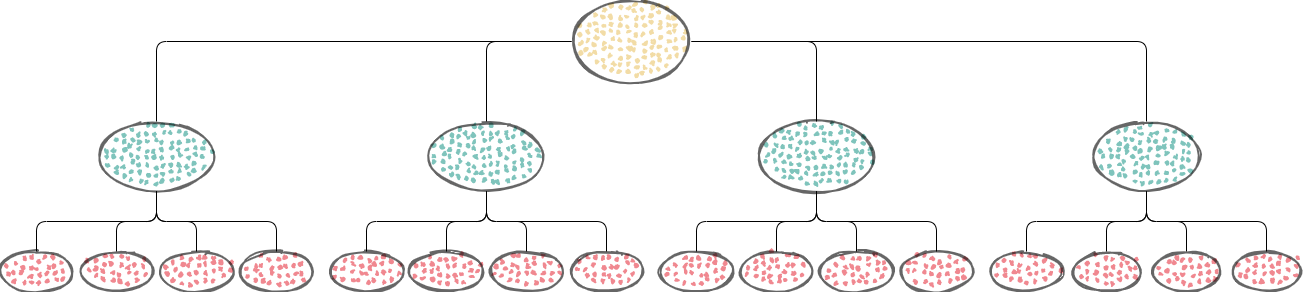
This is img/mysql/mysql-quadtree-demo.png from boilingfrog/Go-POINT, a draw.io export, as it was before one commit. Source tidied: cells renumbered, new cells last; positions are measured from the earlier drawing's top-left corner, leaving out a move shared by most shapes.
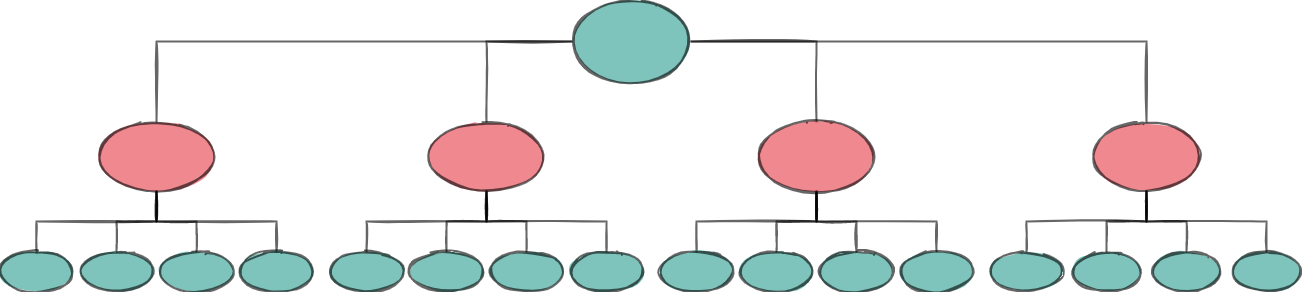
Above is the later version.

Commit message:
feat:MySQL 中的索引

What changed in the source:
```diff
@@ -2,22 +2,22 @@
   <root>
     <mxCell id="0" />
     <mxCell id="1" parent="0" />
-    <mxCell id="2" style="edgeStyle=orthogonalEdgeStyle;html=1;entryX=0.5;entryY=0;entryDx=0;entryDy=0;endArrow=none;endFill=0;" parent="1" edge="1" source="6" target="38">
+    <mxCell id="2" style="edgeStyle=orthogonalEdgeStyle;html=1;entryX=0.5;entryY=0;entryDx=0;entryDy=0;endArrow=none;endFill=0;fontSize=12;fillColor=#2A9D8F;rounded=0;fillStyle=solid;strokeWidth=2;opacity=60;fillWeight=2;hachureGap=8;hachureAngle=45;sketch=1;" parent="1" edge="1" source="6" target="38">
       <mxGeometry relative="1" as="geometry" />
     </mxCell>
-    <mxCell id="3" style="edgeStyle=orthogonalEdgeStyle;html=1;entryX=0.5;entryY=0;entryDx=0;entryDy=0;endArrow=none;endFill=0;" parent="1" edge="1" source="6" target="29">
+    <mxCell id="3" style="edgeStyle=orthogonalEdgeStyle;html=1;entryX=0.5;entryY=0;entryDx=0;entryDy=0;endArrow=none;endFill=0;fontSize=12;fillColor=#2A9D8F;rounded=0;fillStyle=solid;strokeWidth=2;opacity=60;fillWeight=2;hachureGap=8;hachureAngle=45;sketch=1;" parent="1" edge="1" source="6" target="29">
       <mxGeometry relative="1" as="geometry" />
     </mxCell>
-    <mxCell id="4" style="edgeStyle=orthogonalEdgeStyle;html=1;entryX=0.5;entryY=0;entryDx=0;entryDy=0;endArrow=none;endFill=0;" parent="1" edge="1" source="6" target="11">
+    <mxCell id="4" style="edgeStyle=orthogonalEdgeStyle;html=1;entryX=0.5;entryY=0;entryDx=0;entryDy=0;endArrow=none;endFill=0;fontSize=12;fillColor=#2A9D8F;rounded=0;fillStyle=solid;strokeWidth=2;opacity=60;fillWeight=2;hachureGap=8;hachureAngle=45;sketch=1;" parent="1" edge="1" source="6" target="11">
       <mxGeometry relative="1" as="geometry" />
     </mxCell>
-    <mxCell id="5" style="edgeStyle=orthogonalEdgeStyle;html=1;entryX=0.5;entryY=0;entryDx=0;entryDy=0;endArrow=none;endFill=0;" parent="1" edge="1" source="6" target="20">
+    <mxCell id="5" style="edgeStyle=orthogonalEdgeStyle;html=1;entryX=0.5;entryY=0;entryDx=0;entryDy=0;endArrow=none;endFill=0;fontSize=12;fillColor=#2A9D8F;rounded=0;fillStyle=solid;strokeWidth=2;opacity=60;fillWeight=2;hachureGap=8;hachureAngle=45;sketch=1;" parent="1" edge="1" source="6" target="20">
       <mxGeometry relative="1" as="geometry" />
     </mxCell>
-    <mxCell id="6" style="ellipse;whiteSpace=wrap;html=1;fontSize=16;fillColor=#E9C46A;rounded=1;fillStyle=dots;strokeWidth=2;opacity=60;fillWeight=2;hachureGap=8;hachureAngle=45;sketch=1;" parent="1" vertex="1">
+    <mxCell id="6" style="ellipse;whiteSpace=wrap;html=1;fontSize=12;fillColor=#2A9D8F;rounded=0;fillStyle=solid;strokeWidth=2;opacity=60;fillWeight=2;hachureGap=8;hachureAngle=45;sketch=1;" parent="1" vertex="1">
       <mxGeometry x="570" width="120" height="80" as="geometry" />
     </mxCell>
-    <mxCell id="7" style="edgeStyle=orthogonalEdgeStyle;html=1;entryX=0.5;entryY=0;entryDx=0;entryDy=0;endArrow=none;endFill=0;" parent="1" edge="1" source="11" target="15">
+    <mxCell id="7" style="edgeStyle=orthogonalEdgeStyle;html=1;entryX=0.5;entryY=0;entryDx=0;entryDy=0;endArrow=none;endFill=0;fontSize=12;fillColor=#2A9D8F;rounded=0;fillStyle=solid;strokeWidth=2;opacity=60;fillWeight=2;hachureGap=8;hachureAngle=45;sketch=1;" parent="1" edge="1" source="11" target="15">
       <mxGeometry relative="1" as="geometry">
         <Array as="points">
           <mxPoint x="1145" y="220" />
@@ -25,13 +25,13 @@
         </Array>
       </mxGeometry>
     </mxCell>
-    <mxCell id="8" style="edgeStyle=orthogonalEdgeStyle;html=1;endArrow=none;endFill=0;" parent="1" edge="1" source="11" target="12">
+    <mxCell id="8" style="edgeStyle=orthogonalEdgeStyle;html=1;endArrow=none;endFill=0;fontSize=12;fillColor=#2A9D8F;rounded=0;fillStyle=solid;strokeWidth=2;opacity=60;fillWeight=2;hachureGap=8;hachureAngle=45;sketch=1;" parent="1" edge="1" source="11" target="12">
       <mxGeometry relative="1" as="geometry" />
     </mxCell>
-    <mxCell id="9" style="edgeStyle=orthogonalEdgeStyle;html=1;entryX=0.5;entryY=0;entryDx=0;entryDy=0;endArrow=none;endFill=0;" parent="1" edge="1" source="11" target="13">
+    <mxCell id="9" style="edgeStyle=orthogonalEdgeStyle;html=1;entryX=0.5;entryY=0;entryDx=0;entryDy=0;endArrow=none;endFill=0;fontSize=12;fillColor=#2A9D8F;rounded=0;fillStyle=solid;strokeWidth=2;opacity=60;fillWeight=2;hachureGap=8;hachureAngle=45;sketch=1;" parent="1" edge="1" source="11" target="13">
       <mxGeometry relative="1" as="geometry" />
     </mxCell>
-    <mxCell id="10" style="edgeStyle=orthogonalEdgeStyle;html=1;endArrow=none;endFill=0;" parent="1" edge="1" source="11" target="14">
+    <mxCell id="10" style="edgeStyle=orthogonalEdgeStyle;html=1;endArrow=none;endFill=0;fontSize=12;fillColor=#2A9D8F;rounded=0;fillStyle=solid;strokeWidth=2;opacity=60;fillWeight=2;hachureGap=8;hachureAngle=45;sketch=1;" parent="1" edge="1" source="11" target="14">
       <mxGeometry relative="1" as="geometry">
         <Array as="points">
           <mxPoint x="1145" y="220" />
@@ -39,22 +39,22 @@
         </Array>
       </mxGeometry>
     </mxCell>
-    <mxCell id="11" style="ellipse;whiteSpace=wrap;html=1;fillColor=#2A9D8F;rounded=0;strokeWidth=2;fillWeight=2;hachureGap=8;fillStyle=dots;sketch=1;hachureAngle=45;opacity=60;" parent="1" vertex="1">
+    <mxCell id="11" style="ellipse;whiteSpace=wrap;html=1;fillColor=#E63946;rounded=0;strokeWidth=2;fillWeight=2;hachureGap=8;fillStyle=solid;sketch=1;hachureAngle=45;opacity=60;" parent="1" vertex="1">
       <mxGeometry x="1090" y="120" width="110" height="70" as="geometry" />
     </mxCell>
-    <mxCell id="12" style="ellipse;whiteSpace=wrap;html=1;fontSize=16;fillColor=#E63946;rounded=1;fillStyle=dots;strokeWidth=2;opacity=60;fillWeight=2;hachureGap=8;hachureAngle=45;sketch=1;" parent="1" vertex="1">
+    <mxCell id="12" style="ellipse;whiteSpace=wrap;html=1;fontSize=12;fillColor=#2A9D8F;rounded=0;fillStyle=solid;strokeWidth=2;opacity=60;fillWeight=2;hachureGap=8;hachureAngle=45;sketch=1;" parent="1" vertex="1">
       <mxGeometry x="1070" y="250" width="70" height="40" as="geometry" />
     </mxCell>
-    <mxCell id="13" style="ellipse;whiteSpace=wrap;html=1;fontSize=16;fillColor=#E63946;rounded=1;fillStyle=dots;strokeWidth=2;opacity=60;fillWeight=2;hachureGap=8;hachureAngle=45;sketch=1;" parent="1" vertex="1">
+    <mxCell id="13" style="ellipse;whiteSpace=wrap;html=1;fontSize=12;fillColor=#2A9D8F;rounded=0;fillStyle=solid;strokeWidth=2;opacity=60;fillWeight=2;hachureGap=8;hachureAngle=45;sketch=1;" parent="1" vertex="1">
       <mxGeometry x="1150" y="250" width="70" height="40" as="geometry" />
     </mxCell>
-    <mxCell id="14" style="ellipse;whiteSpace=wrap;html=1;fontSize=16;fillColor=#E63946;rounded=1;fillStyle=dots;strokeWidth=2;opacity=60;fillWeight=2;hachureGap=8;hachureAngle=45;sketch=1;" parent="1" vertex="1">
+    <mxCell id="14" style="ellipse;whiteSpace=wrap;html=1;fontSize=12;fillColor=#2A9D8F;rounded=0;fillStyle=solid;strokeWidth=2;opacity=60;fillWeight=2;hachureGap=8;hachureAngle=45;sketch=1;" parent="1" vertex="1">
       <mxGeometry x="1230" y="250" width="70" height="40" as="geometry" />
     </mxCell>
-    <mxCell id="15" style="ellipse;whiteSpace=wrap;html=1;fontSize=16;fillColor=#E63946;rounded=1;fillStyle=dots;strokeWidth=2;opacity=60;fillWeight=2;hachureGap=8;hachureAngle=45;sketch=1;" parent="1" vertex="1">
+    <mxCell id="15" style="ellipse;whiteSpace=wrap;html=1;fontSize=12;fillColor=#2A9D8F;rounded=0;fillStyle=solid;strokeWidth=2;opacity=60;fillWeight=2;hachureGap=8;hachureAngle=45;sketch=1;" parent="1" vertex="1">
       <mxGeometry x="990" y="250" width="70" height="40" as="geometry" />
     </mxCell>
-    <mxCell id="16" style="edgeStyle=orthogonalEdgeStyle;html=1;entryX=0.5;entryY=0;entryDx=0;entryDy=0;endArrow=none;endFill=0;" parent="1" edge="1" source="20" target="24">
+    <mxCell id="16" style="edgeStyle=orthogonalEdgeStyle;html=1;entryX=0.5;entryY=0;entryDx=0;entryDy=0;endArrow=none;endFill=0;fontSize=12;fillColor=#2A9D8F;rounded=0;fillStyle=solid;strokeWidth=2;opacity=60;fillWeight=2;hachureGap=8;hachureAngle=45;sketch=1;" parent="1" edge="1" source="20" target="24">
       <mxGeometry relative="1" as="geometry">
         <Array as="points">
           <mxPoint x="815" y="220" />
@@ -62,13 +62,13 @@
         </Array>
       </mxGeometry>
     </mxCell>
-    <mxCell id="17" style="edgeStyle=orthogonalEdgeStyle;html=1;endArrow=none;endFill=0;" parent="1" edge="1" source="20" target="21">
+    <mxCell id="17" style="edgeStyle=orthogonalEdgeStyle;html=1;endArrow=none;endFill=0;fontSize=12;fillColor=#2A9D8F;rounded=0;fillStyle=solid;strokeWidth=2;opacity=60;fillWeight=2;hachureGap=8;hachureAngle=45;sketch=1;" parent="1" edge="1" source="20" target="21">
       <mxGeometry relative="1" as="geometry" />
     </mxCell>
-    <mxCell id="18" style="edgeStyle=orthogonalEdgeStyle;html=1;entryX=0.5;entryY=0;entryDx=0;entryDy=0;endArrow=none;endFill=0;" parent="1" edge="1" source="20" target="22">
+    <mxCell id="18" style="edgeStyle=orthogonalEdgeStyle;html=1;entryX=0.5;entryY=0;entryDx=0;entryDy=0;endArrow=none;endFill=0;fontSize=12;fillColor=#2A9D8F;rounded=0;fillStyle=solid;strokeWidth=2;opacity=60;fillWeight=2;hachureGap=8;hachureAngle=45;sketch=1;" parent="1" edge="1" source="20" target="22">
       <mxGeometry relative="1" as="geometry" />
     </mxCell>
-    <mxCell id="19" style="edgeStyle=orthogonalEdgeStyle;html=1;endArrow=none;endFill=0;" parent="1" edge="1" source="20" target="23">
+    <mxCell id="19" style="edgeStyle=orthogonalEdgeStyle;html=1;endArrow=none;endFill=0;fontSize=12;fillColor=#2A9D8F;rounded=0;fillStyle=solid;strokeWidth=2;opacity=60;fillWeight=2;hachureGap=8;hachureAngle=45;sketch=1;" parent="1" edge="1" source="20" target="23">
       <mxGeometry relative="1" as="geometry">
         <Array as="points">
           <mxPoint x="815" y="220" />
@@ -76,22 +76,22 @@
         </Array>
       </mxGeometry>
     </mxCell>
-    <mxCell id="20" style="ellipse;whiteSpace=wrap;html=1;fillColor=#2A9D8F;rounded=0;strokeWidth=2;fillWeight=2;hachureGap=8;fillStyle=dots;sketch=1;hachureAngle=45;opacity=60;" parent="1" vertex="1">
+    <mxCell id="20" style="ellipse;whiteSpace=wrap;html=1;fillColor=#E63946;rounded=0;strokeWidth=2;fillWeight=2;hachureGap=8;fillStyle=solid;sketch=1;hachureAngle=45;opacity=60;" parent="1" vertex="1">
       <mxGeometry x="760" y="120" width="110" height="70" as="geometry" />
     </mxCell>
-    <mxCell id="21" style="ellipse;whiteSpace=wrap;html=1;fontSize=16;fillColor=#E63946;rounded=1;fillStyle=dots;strokeWidth=2;opacity=60;fillWeight=2;hachureGap=8;hachureAngle=45;sketch=1;" parent="1" vertex="1">
+    <mxCell id="21" style="ellipse;whiteSpace=wrap;html=1;fontSize=12;fillColor=#2A9D8F;rounded=0;fillStyle=solid;strokeWidth=2;opacity=60;fillWeight=2;hachureGap=8;hachureAngle=45;sketch=1;" parent="1" vertex="1">
       <mxGeometry x="740" y="250" width="70" height="40" as="geometry" />
     </mxCell>
-    <mxCell id="22" style="ellipse;whiteSpace=wrap;html=1;fontSize=16;fillColor=#E63946;rounded=1;fillStyle=dots;strokeWidth=2;opacity=60;fillWeight=2;hachureGap=8;hachureAngle=45;sketch=1;" parent="1" vertex="1">
+    <mxCell id="22" style="ellipse;whiteSpace=wrap;html=1;fontSize=12;fillColor=#2A9D8F;rounded=0;fillStyle=solid;strokeWidth=2;opacity=60;fillWeight=2;hachureGap=8;hachureAngle=45;sketch=1;" parent="1" vertex="1">
       <mxGeometry x="820" y="250" width="70" height="40" as="geometry" />
     </mxCell>
-    <mxCell id="23" style="ellipse;whiteSpace=wrap;html=1;fontSize=16;fillColor=#E63946;rounded=1;fillStyle=dots;strokeWidth=2;opacity=60;fillWeight=2;hachureGap=8;hachureAngle=45;sketch=1;" parent="1" vertex="1">
+    <mxCell id="23" style="ellipse;whiteSpace=wrap;html=1;fontSize=12;fillColor=#2A9D8F;rounded=0;fillStyle=solid;strokeWidth=2;opacity=60;fillWeight=2;hachureGap=8;hachureAngle=45;sketch=1;" parent="1" vertex="1">
       <mxGeometry x="900" y="250" width="70" height="40" as="geometry" />
     </mxCell>
-    <mxCell id="24" style="ellipse;whiteSpace=wrap;html=1;fontSize=16;fillColor=#E63946;rounded=1;fillStyle=dots;strokeWidth=2;opacity=60;fillWeight=2;hachureGap=8;hachureAngle=45;sketch=1;" parent="1" vertex="1">
+    <mxCell id="24" style="ellipse;whiteSpace=wrap;html=1;fontSize=12;fillColor=#2A9D8F;rounded=0;fillStyle=solid;strokeWidth=2;opacity=60;fillWeight=2;hachureGap=8;hachureAngle=45;sketch=1;" parent="1" vertex="1">
       <mxGeometry x="660" y="250" width="70" height="40" as="geometry" />
     </mxCell>
-    <mxCell id="25" style="edgeStyle=orthogonalEdgeStyle;html=1;entryX=0.5;entryY=0;entryDx=0;entryDy=0;endArrow=none;endFill=0;" parent="1" edge="1" source="29" target="33">
+    <mxCell id="25" style="edgeStyle=orthogonalEdgeStyle;html=1;entryX=0.5;entryY=0;entryDx=0;entryDy=0;endArrow=none;endFill=0;fontSize=12;fillColor=#2A9D8F;rounded=0;fillStyle=solid;strokeWidth=2;opacity=60;fillWeight=2;hachureGap=8;hachureAngle=45;sketch=1;" parent="1" edge="1" source="29" target="33">
       <mxGeometry relative="1" as="geometry">
         <Array as="points">
           <mxPoint x="485" y="220" />
@@ -99,13 +99,13 @@
         </Array>
       </mxGeometry>
     </mxCell>
-    <mxCell id="26" style="edgeStyle=orthogonalEdgeStyle;html=1;endArrow=none;endFill=0;" parent="1" edge="1" source="29" target="30">
+    <mxCell id="26" style="edgeStyle=orthogonalEdgeStyle;html=1;endArrow=none;endFill=0;fontSize=12;fillColor=#2A9D8F;rounded=0;fillStyle=solid;strokeWidth=2;opacity=60;fillWeight=2;hachureGap=8;hachureAngle=45;sketch=1;" parent="1" edge="1" source="29" target="30">
       <mxGeometry relative="1" as="geometry" />
     </mxCell>
-    <mxCell id="27" style="edgeStyle=orthogonalEdgeStyle;html=1;entryX=0.5;entryY=0;entryDx=0;entryDy=0;endArrow=none;endFill=0;" parent="1" edge="1" source="29" target="31">
+    <mxCell id="27" style="edgeStyle=orthogonalEdgeStyle;html=1;entryX=0.5;entryY=0;entryDx=0;entryDy=0;endArrow=none;endFill=0;fontSize=12;fillColor=#2A9D8F;rounded=0;fillStyle=solid;strokeWidth=2;opacity=60;fillWeight=2;hachureGap=8;hachureAngle=45;sketch=1;" parent="1" edge="1" source="29" target="31">
       <mxGeometry relative="1" as="geometry" />
     </mxCell>
-    <mxCell id="28" style="edgeStyle=orthogonalEdgeStyle;html=1;endArrow=none;endFill=0;" parent="1" edge="1" source="29" target="32">
+    <mxCell id="28" style="edgeStyle=orthogonalEdgeStyle;html=1;endArrow=none;endFill=0;fontSize=12;fillColor=#2A9D8F;rounded=0;fillStyle=solid;strokeWidth=2;opacity=60;fillWeight=2;hachureGap=8;hachureAngle=45;sketch=1;" parent="1" edge="1" source="29" target="32">
       <mxGeometry relative="1" as="geometry">
         <Array as="points">
           <mxPoint x="485" y="220" />
@@ -113,22 +113,22 @@
         </Array>
       </mxGeometry>
     </mxCell>
-    <mxCell id="29" style="ellipse;whiteSpace=wrap;html=1;fillColor=#2A9D8F;rounded=0;strokeWidth=2;fillWeight=2;hachureGap=8;fillStyle=dots;sketch=1;hachureAngle=45;opacity=60;" parent="1" vertex="1">
+    <mxCell id="29" style="ellipse;whiteSpace=wrap;html=1;fillColor=#E63946;rounded=0;strokeWidth=2;fillWeight=2;hachureGap=8;fillStyle=solid;sketch=1;hachureAngle=45;opacity=60;" parent="1" vertex="1">
       <mxGeometry x="430" y="120" width="110" height="70" as="geometry" />
     </mxCell>
-    <mxCell id="30" style="ellipse;whiteSpace=wrap;html=1;fontSize=16;fillColor=#E63946;rounded=1;fillStyle=dots;strokeWidth=2;opacity=60;fillWeight=2;hachureGap=8;hachureAngle=45;sketch=1;" parent="1" vertex="1">
+    <mxCell id="30" style="ellipse;whiteSpace=wrap;html=1;fontSize=12;fillColor=#2A9D8F;rounded=0;fillStyle=solid;strokeWidth=2;opacity=60;fillWeight=2;hachureGap=8;hachureAngle=45;sketch=1;" parent="1" vertex="1">
       <mxGeometry x="410" y="250" width="70" height="40" as="geometry" />
     </mxCell>
-    <mxCell id="31" style="ellipse;whiteSpace=wrap;html=1;fontSize=16;fillColor=#E63946;rounded=1;fillStyle=dots;strokeWidth=2;opacity=60;fillWeight=2;hachureGap=8;hachureAngle=45;sketch=1;" parent="1" vertex="1">
+    <mxCell id="31" style="ellipse;whiteSpace=wrap;html=1;fontSize=12;fillColor=#2A9D8F;rounded=0;fillStyle=solid;strokeWidth=2;opacity=60;fillWeight=2;hachureGap=8;hachureAngle=45;sketch=1;" parent="1" vertex="1">
       <mxGeometry x="490" y="250" width="70" height="40" as="geometry" />
     </mxCell>
-    <mxCell id="32" style="ellipse;whiteSpace=wrap;html=1;fontSize=16;fillColor=#E63946;rounded=1;fillStyle=dots;strokeWidth=2;opacity=60;fillWeight=2;hachureGap=8;hachureAngle=45;sketch=1;" parent="1" vertex="1">
+    <mxCell id="32" style="ellipse;whiteSpace=wrap;html=1;fontSize=12;fillColor=#2A9D8F;rounded=0;fillStyle=solid;strokeWidth=2;opacity=60;fillWeight=2;hachureGap=8;hachureAngle=45;sketch=1;" parent="1" vertex="1">
       <mxGeometry x="570" y="250" width="70" height="40" as="geometry" />
     </mxCell>
-    <mxCell id="33" style="ellipse;whiteSpace=wrap;html=1;fontSize=16;fillColor=#E63946;rounded=1;fillStyle=dots;strokeWidth=2;opacity=60;fillWeight=2;hachureGap=8;hachureAngle=45;sketch=1;" parent="1" vertex="1">
+    <mxCell id="33" style="ellipse;whiteSpace=wrap;html=1;fontSize=12;fillColor=#2A9D8F;rounded=0;fillStyle=solid;strokeWidth=2;opacity=60;fillWeight=2;hachureGap=8;hachureAngle=45;sketch=1;" parent="1" vertex="1">
       <mxGeometry x="330" y="250" width="70" height="40" as="geometry" />
     </mxCell>
-    <mxCell id="34" style="edgeStyle=orthogonalEdgeStyle;html=1;entryX=0.5;entryY=0;entryDx=0;entryDy=0;endArrow=none;endFill=0;" parent="1" edge="1" source="38" target="42">
+    <mxCell id="34" style="edgeStyle=orthogonalEdgeStyle;html=1;entryX=0.5;entryY=0;entryDx=0;entryDy=0;endArrow=none;endFill=0;fontSize=12;fillColor=#2A9D8F;rounded=0;fillStyle=solid;strokeWidth=2;opacity=60;fillWeight=2;hachureGap=8;hachureAngle=45;sketch=1;" parent="1" edge="1" source="38" target="42">
       <mxGeometry relative="1" as="geometry">
         <Array as="points">
           <mxPoint x="155" y="220" />
@@ -136,13 +136,13 @@
         </Array>
       </mxGeometry>
     </mxCell>
-    <mxCell id="35" style="edgeStyle=orthogonalEdgeStyle;html=1;endArrow=none;endFill=0;" parent="1" edge="1" source="38" target="39">
+    <mxCell id="35" style="edgeStyle=orthogonalEdgeStyle;html=1;endArrow=none;endFill=0;fontSize=12;fillColor=#2A9D8F;rounded=0;fillStyle=solid;strokeWidth=2;opacity=60;fillWeight=2;hachureGap=8;hachureAngle=45;sketch=1;" parent="1" edge="1" source="38" target="39">
       <mxGeometry relative="1" as="geometry" />
     </mxCell>
-    <mxCell id="36" style="edgeStyle=orthogonalEdgeStyle;html=1;entryX=0.5;entryY=0;entryDx=0;entryDy=0;endArrow=none;endFill=0;" parent="1" edge="1" source="38" target="40">
+    <mxCell id="36" style="edgeStyle=orthogonalEdgeStyle;html=1;entryX=0.5;entryY=0;entryDx=0;entryDy=0;endArrow=none;endFill=0;fontSize=12;fillColor=#2A9D8F;rounded=0;fillStyle=solid;strokeWidth=2;opacity=60;fillWeight=2;hachureGap=8;hachureAngle=45;sketch=1;" parent="1" edge="1" source="38" target="40">
       <mxGeometry relative="1" as="geometry" />
     </mxCell>
-    <mxCell id="37" style="edgeStyle=orthogonalEdgeStyle;html=1;endArrow=none;endFill=0;" parent="1" edge="1" source="38" target="41">
+    <mxCell id="37" style="edgeStyle=orthogonalEdgeStyle;html=1;endArrow=none;endFill=0;fontSize=12;fillColor=#2A9D8F;rounded=0;fillStyle=solid;strokeWidth=2;opacity=60;fillWeight=2;hachureGap=8;hachureAngle=45;sketch=1;" parent="1" edge="1" source="38" target="41">
       <mxGeometry relative="1" as="geometry">
         <Array as="points">
           <mxPoint x="155" y="220" />
@@ -150,19 +150,19 @@
         </Array>
       </mxGeometry>
     </mxCell>
-    <mxCell id="38" style="ellipse;whiteSpace=wrap;html=1;fillColor=#2A9D8F;rounded=0;strokeWidth=2;fillWeight=2;hachureGap=8;fillStyle=dots;sketch=1;hachureAngle=45;opacity=60;" parent="1" vertex="1">
+    <mxCell id="38" style="ellipse;whiteSpace=wrap;html=1;fillColor=#E63946;rounded=0;strokeWidth=2;fillWeight=2;hachureGap=8;fillStyle=solid;sketch=1;hachureAngle=45;opacity=60;" parent="1" vertex="1">
       <mxGeometry x="100" y="120" width="110" height="70" as="geometry" />
     </mxCell>
-    <mxCell id="39" style="ellipse;whiteSpace=wrap;html=1;fontSize=16;fillColor=#E63946;rounded=1;fillStyle=dots;strokeWidth=2;opacity=60;fillWeight=2;hachureGap=8;hachureAngle=45;sketch=1;" parent="1" vertex="1">
+    <mxCell id="39" style="ellipse;whiteSpace=wrap;html=1;fontSize=12;fillColor=#2A9D8F;rounded=0;fillStyle=solid;strokeWidth=2;opacity=60;fillWeight=2;hachureGap=8;hachureAngle=45;sketch=1;" parent="1" vertex="1">
       <mxGeometry x="80" y="250" width="70" height="40" as="geometry" />
     </mxCell>
-    <mxCell id="40" style="ellipse;whiteSpace=wrap;html=1;fontSize=16;fillColor=#E63946;rounded=1;fillStyle=dots;strokeWidth=2;opacity=60;fillWeight=2;hachureGap=8;hachureAngle=45;sketch=1;" parent="1" vertex="1">
+    <mxCell id="40" style="ellipse;whiteSpace=wrap;html=1;fontSize=12;fillColor=#2A9D8F;rounded=0;fillStyle=solid;strokeWidth=2;opacity=60;fillWeight=2;hachureGap=8;hachureAngle=45;sketch=1;" parent="1" vertex="1">
       <mxGeometry x="160" y="250" width="70" height="40" as="geometry" />
     </mxCell>
-    <mxCell id="41" style="ellipse;whiteSpace=wrap;html=1;fontSize=16;fillColor=#E63946;rounded=1;fillStyle=dots;strokeWidth=2;opacity=60;fillWeight=2;hachureGap=8;hachureAngle=45;sketch=1;" parent="1" vertex="1">
+    <mxCell id="41" style="ellipse;whiteSpace=wrap;html=1;fontSize=12;fillColor=#2A9D8F;rounded=0;fillStyle=solid;strokeWidth=2;opacity=60;fillWeight=2;hachureGap=8;hachureAngle=45;sketch=1;" parent="1" vertex="1">
       <mxGeometry x="240" y="250" width="70" height="40" as="geometry" />
     </mxCell>
-    <mxCell id="42" style="ellipse;whiteSpace=wrap;html=1;fontSize=16;fillColor=#E63946;rounded=1;fillStyle=dots;strokeWidth=2;opacity=60;fillWeight=2;hachureGap=8;hachureAngle=45;sketch=1;" parent="1" vertex="1">
+    <mxCell id="42" style="ellipse;whiteSpace=wrap;html=1;fontSize=12;fillColor=#2A9D8F;rounded=0;fillStyle=solid;strokeWidth=2;opacity=60;fillWeight=2;hachureGap=8;hachureAngle=45;sketch=1;" parent="1" vertex="1">
       <mxGeometry y="250" width="70" height="40" as="geometry" />
     </mxCell>
   </root>
```
